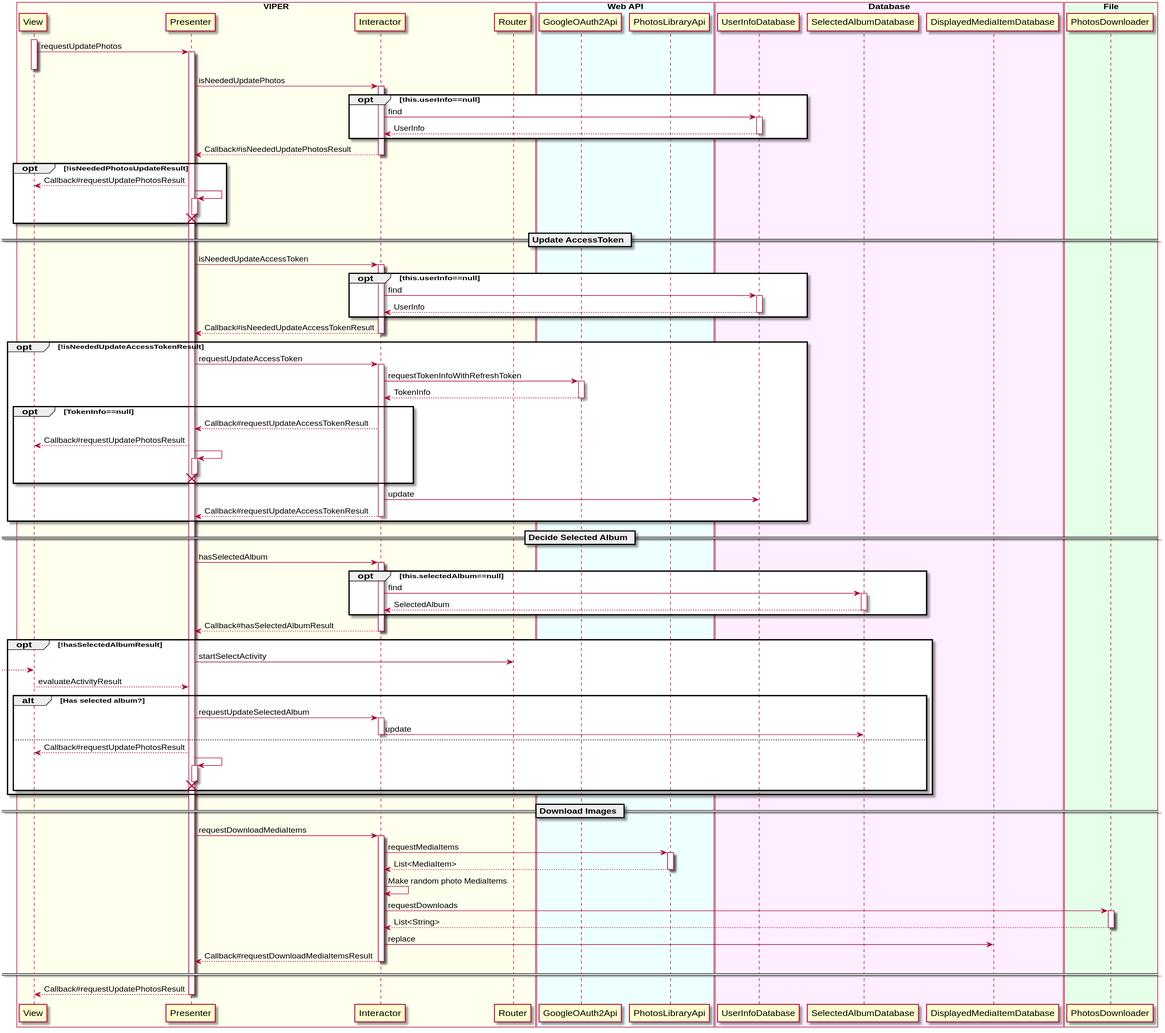
Before: uml/main/sequence_diagram_main_bk.svg, a diagram exported from PlantUML (sallyluenoa/PhotoSlideShow). Source of this version:
```plantuml
@startuml
box "VIPER" #FFFFEE
  participant View
  participant Presenter
  participant Interactor
  participant Router
end box

box "Web API" #EEFFFF
  participant GoogleOAuth2Api
  participant PhotosLibraryApi
end box

box "Database" #FFEEFF
  participant UserInfoDatabase
  participant SelectedAlbumDatabase
  participant DisplayedMediaItemDatabase
end box

box "File" #E6FFE9
  participant PhotosDownloader
end box


View++
View -> Presenter++: requestUpdatePhotos
View--

Presenter -> Interactor++: isNeededUpdatePhotos
  opt this.userInfo==null
    Interactor -> UserInfoDatabase++: find
    return UserInfo
  end
return Callback#isNeededUpdatePhotosResult

opt !isNeededPhotosUpdateResult
  View <-- Presenter: Callback#requestUpdatePhotosResult
  Presenter -> Presenter++
  destroy Presenter
end

== Update AccessToken ==

Presenter -> Interactor++: isNeededUpdateAccessToken
  opt this.userInfo==null
    Interactor -> UserInfoDatabase++: find
    return UserInfo
  end
return Callback#isNeededUpdateAccessTokenResult

opt !isNeededUpdateAccessTokenResult
  Presenter -> Interactor++: requestUpdateAccessToken
  Interactor -> GoogleOAuth2Api++: requestTokenInfoWithRefreshToken
  return TokenInfo

  opt TokenInfo==null
    Presenter <-- Interactor: Callback#requestUpdateAccessTokenResult
    View <-- Presenter: Callback#requestUpdatePhotosResult
    Presenter -> Presenter++
    destroy Presenter
  end

  Interactor -> UserInfoDatabase: update
  Presenter <-- Interactor--: Callback#requestUpdateAccessTokenResult
end

== Decide Selected Album ==

Presenter -> Interactor++: hasSelectedAlbum
  opt this.selectedAlbum==null
    Interactor -> SelectedAlbumDatabase++: find
    return SelectedAlbum
  end
return Callback#hasSelectedAlbumResult

opt !hasSelectedAlbumResult
  Presenter -> Router: startSelectActivity
  [--> View
  View --> Presenter: evaluateActivityResult

  alt Has selected album?
    Presenter -> Interactor++: requestUpdateSelectedAlbum
    Interactor -> SelectedAlbumDatabase: update
    Interactor--
  else
    View <-- Presenter: Callback#requestUpdatePhotosResult
    Presenter -> Presenter++
    destroy Presenter
  end
end

== Download Images ==

Presenter -> Interactor++: requestDownloadMediaItems

  Interactor -> PhotosLibraryApi++: requestMediaItems
  return List<MediaItem>

  Interactor -> Interactor: Make random photo MediaItems

  Interactor -> PhotosDownloader++: requestDownloads
  return List<String>

  Interactor -> DisplayedMediaItemDatabase: replace

Presenter <-- Interactor--: Callback#requestDownloadMediaItemsResult

====

View <-- Presenter--: Callback#requestUpdatePhotosResult
@enduml
```
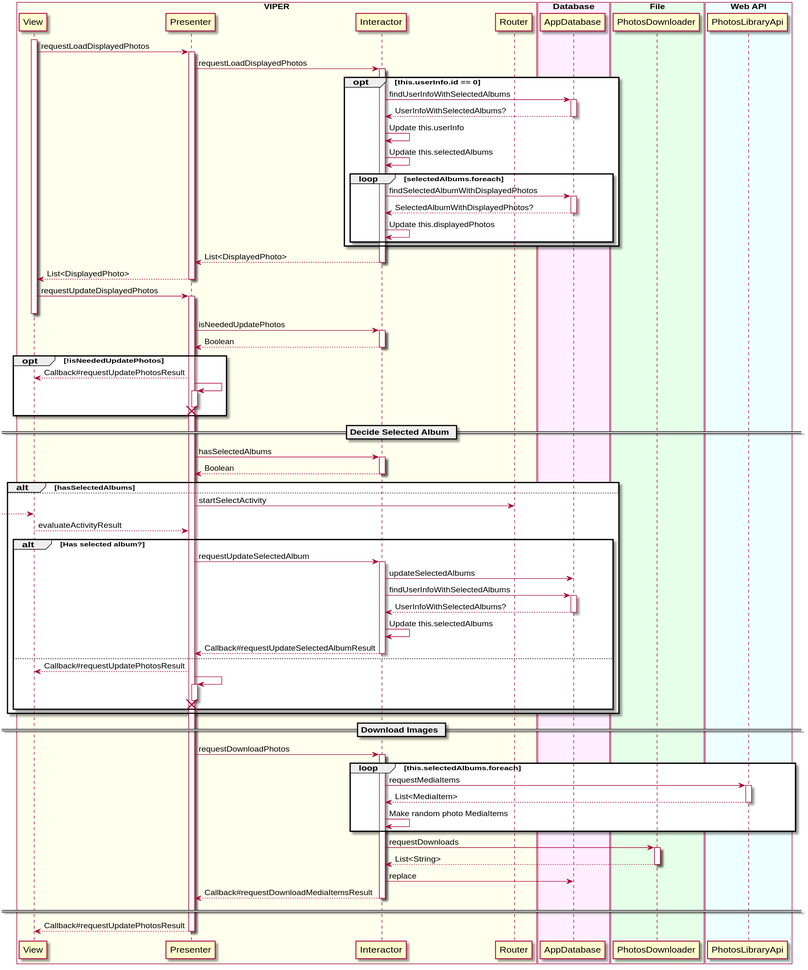
After the commit.

Commit message:
Write UML for design #13

Diff of the diagram source:
```diff
@@ -6,82 +6,71 @@
   participant Router
 end box
 
-box "Web API" #EEFFFF
-  participant GoogleOAuth2Api
-  participant PhotosLibraryApi
-end box
-
 box "Database" #FFEEFF
-  participant UserInfoDatabase
-  participant SelectedAlbumDatabase
-  participant DisplayedMediaItemDatabase
+  participant AppDatabase
 end box
 
 box "File" #E6FFE9
   participant PhotosDownloader
 end box
 
+box "Web API" #EEFFFF
+  participant PhotosLibraryApi
+end box
 
 View++
-View -> Presenter++: requestUpdatePhotos
+View -> Presenter++: requestLoadDisplayedPhotos
+  Presenter -> Interactor++: requestLoadDisplayedPhotos
+
+  opt this.userInfo.id == 0
+    Interactor -> AppDatabase++: findUserInfoWithSelectedAlbums
+    return UserInfoWithSelectedAlbums?
+    Interactor -> Interactor: Update this.userInfo
+    Interactor -> Interactor: Update this.selectedAlbums
+
+    loop selectedAlbums.foreach
+      Interactor -> AppDatabase++: findSelectedAlbumWithDisplayedPhotos
+      return SelectedAlbumWithDisplayedPhotos?
+      Interactor -> Interactor: Update this.displayedPhotos
+    end
+  end
+
+  return List<DisplayedPhoto>
+return List<DisplayedPhoto>
+
+View -> Presenter++: requestUpdateDisplayedPhotos
 View--
 
 Presenter -> Interactor++: isNeededUpdatePhotos
-  opt this.userInfo==null
-    Interactor -> UserInfoDatabase++: find
-    return UserInfo
-  end
-return Callback#isNeededUpdatePhotosResult
+return Boolean
 
-opt !isNeededPhotosUpdateResult
+opt !isNeededUpdatePhotos
   View <-- Presenter: Callback#requestUpdatePhotosResult
   Presenter -> Presenter++
   destroy Presenter
 end
 
-== Update AccessToken ==
-
-Presenter -> Interactor++: isNeededUpdateAccessToken
-  opt this.userInfo==null
-    Interactor -> UserInfoDatabase++: find
-    return UserInfo
-  end
-return Callback#isNeededUpdateAccessTokenResult
-
-opt !isNeededUpdateAccessTokenResult
-  Presenter -> Interactor++: requestUpdateAccessToken
-  Interactor -> GoogleOAuth2Api++: requestTokenInfoWithRefreshToken
-  return TokenInfo
-
-  opt TokenInfo==null
-    Presenter <-- Interactor: Callback#requestUpdateAccessTokenResult
-    View <-- Presenter: Callback#requestUpdatePhotosResult
-    Presenter -> Presenter++
-    destroy Presenter
-  end
-
-  Interactor -> UserInfoDatabase: update
-  Presenter <-- Interactor--: Callback#requestUpdateAccessTokenResult
-end
-
 == Decide Selected Album ==
 
-Presenter -> Interactor++: hasSelectedAlbum
-  opt this.selectedAlbum==null
-    Interactor -> SelectedAlbumDatabase++: find
-    return SelectedAlbum
-  end
-return Callback#hasSelectedAlbumResult
+Presenter -> Interactor++: hasSelectedAlbums
+return Boolean
 
-opt !hasSelectedAlbumResult
+alt hasSelectedAlbums
+
+
+
+else
   Presenter -> Router: startSelectActivity
   [--> View
   View --> Presenter: evaluateActivityResult
 
   alt Has selected album?
     Presenter -> Interactor++: requestUpdateSelectedAlbum
-    Interactor -> SelectedAlbumDatabase: update
-    Interactor--
+      Interactor -> AppDatabase: updateSelectedAlbums
+      Interactor -> AppDatabase++: findUserInfoWithSelectedAlbums
+      return UserInfoWithSelectedAlbums?
+      Interactor -> Interactor: Update this.selectedAlbums
+    return Callback#requestUpdateSelectedAlbumResult
   else
     View <-- Presenter: Callback#requestUpdatePhotosResult
     Presenter -> Presenter++
@@ -91,17 +80,18 @@
 
 == Download Images ==
 
-Presenter -> Interactor++: requestDownloadMediaItems
+Presenter -> Interactor++: requestDownloadPhotos
 
-  Interactor -> PhotosLibraryApi++: requestMediaItems
-  return List<MediaItem>
-
-  Interactor -> Interactor: Make random photo MediaItems
+  loop this.selectedAlbums.foreach
+    Interactor -> PhotosLibraryApi++: requestMediaItems
+    return List<MediaItem>
+    Interactor -> Interactor: Make random photo MediaItems
+  end
 
   Interactor -> PhotosDownloader++: requestDownloads
   return List<String>
 
-  Interactor -> DisplayedMediaItemDatabase: replace
+  Interactor -> AppDatabase: replace
 
 Presenter <-- Interactor--: Callback#requestDownloadMediaItemsResult
 
```
